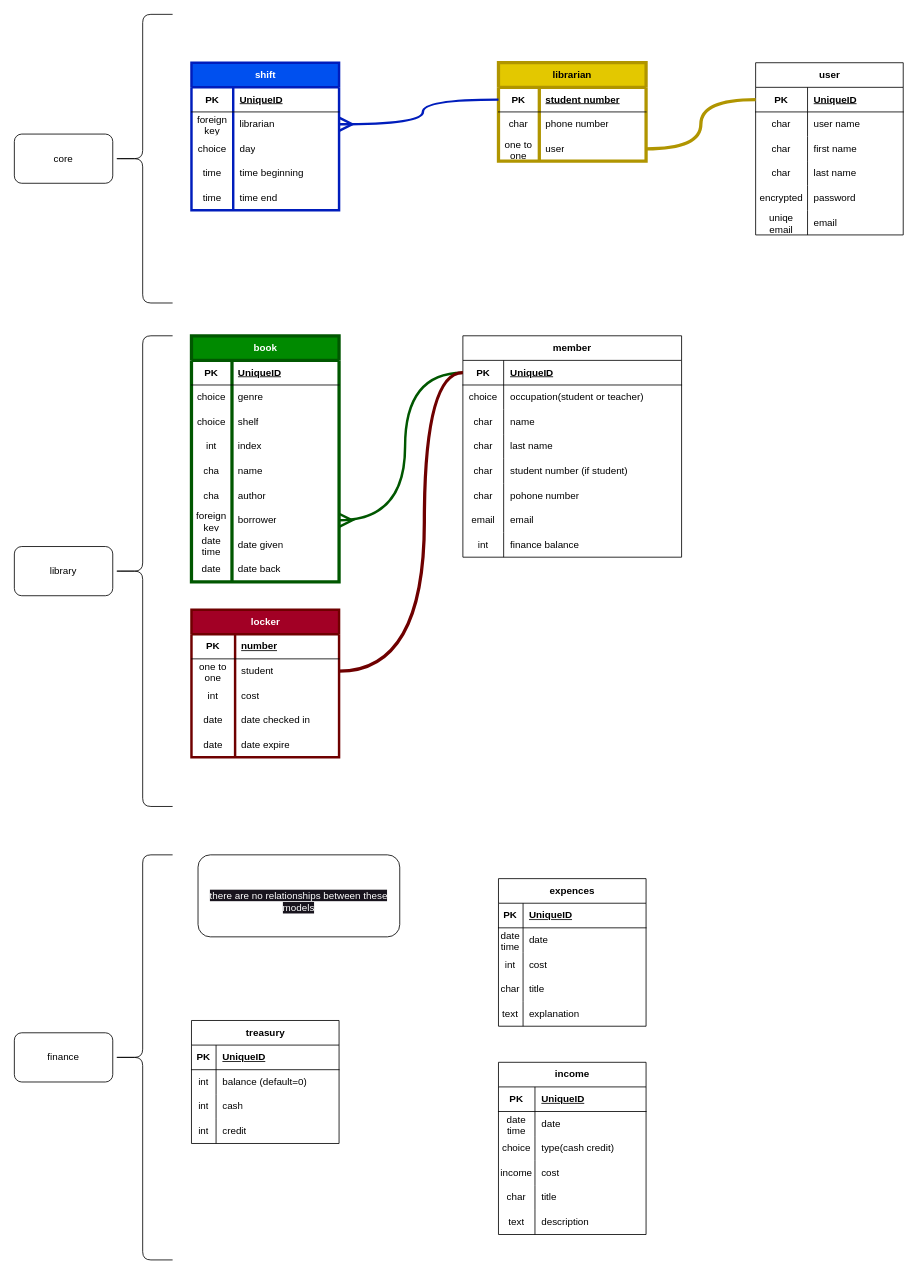
This is library.drawio from Karen-Najafzadeh/physlib-library-manager, a draw.io file, before an edit. Source tidied: cells renumbered, new cells numbered last; positions are measured from the earlier drawing's top-left corner, leaving out a move shared by most shapes. Both pictures are drawn from the tidied source at 82%, with x=0, y=0 at pixel (14, 14).
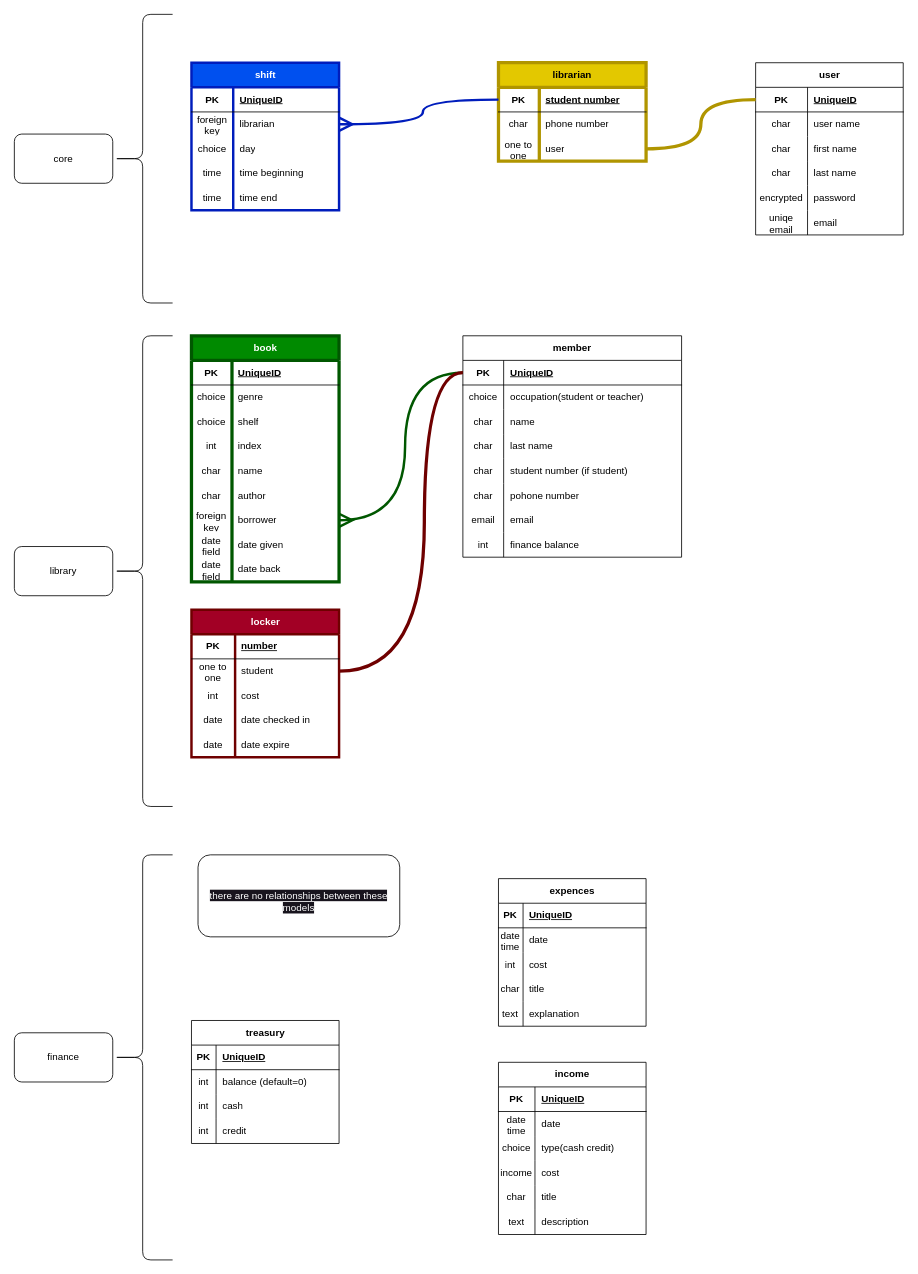
The same diagram, later.

The change refers to these unchanged cells:
```xml
<mxCell id="15" style="shape=tableRow;horizontal=0;startSize=0;swimlaneHead=0;swimlaneBody=0;fillColor=none;top=0;left=0;right=0;bottom=0;" parent="2" vertex="1">
  <mxGeometry y="150" width="180" height="30" as="geometry" />
</mxCell>
<mxCell id="18" style="shape=tableRow;horizontal=0;startSize=0;swimlaneHead=0;swimlaneBody=0;fillColor=none;top=0;left=0;right=0;bottom=0;" parent="2" vertex="1">
  <mxGeometry y="180" width="180" height="30" as="geometry" />
</mxCell>
<mxCell id="24" style="shape=tableRow;horizontal=0;startSize=0;swimlaneHead=0;swimlaneBody=0;fillColor=none;top=0;left=0;right=0;bottom=0;" parent="2" vertex="1">
  <mxGeometry y="240" width="180" height="30" as="geometry" />
</mxCell>
<mxCell id="27" style="shape=tableRow;horizontal=0;startSize=0;swimlaneHead=0;swimlaneBody=0;fillColor=none;top=0;left=0;right=0;bottom=0;" parent="2" vertex="1">
  <mxGeometry y="270" width="180" height="30" as="geometry" />
</mxCell>
```

The edit, as a diff of the source:
```diff
@@
-    <mxCell id="16" value="cha" style="shape=partialRectangle;fillColor=none;top=0;left=0;bottom=0;right=0;overflow=hidden;whiteSpace=wrap;html=1;" parent="15" vertex="1">
+    <mxCell id="16" value="char" style="shape=partialRectangle;fillColor=none;top=0;left=0;bottom=0;right=0;overflow=hidden;whiteSpace=wrap;html=1;" parent="15" vertex="1">
       <mxGeometry width="49.4" height="30" as="geometry" />
     </mxCell>
@@
-    <mxCell id="19" value="cha" style="shape=partialRectangle;fillColor=none;top=0;left=0;bottom=0;right=0;overflow=hidden;whiteSpace=wrap;html=1;" parent="18" vertex="1">
+    <mxCell id="19" value="char" style="shape=partialRectangle;fillColor=none;top=0;left=0;bottom=0;right=0;overflow=hidden;whiteSpace=wrap;html=1;" parent="18" vertex="1">
       <mxGeometry width="49.4" height="30" as="geometry" />
     </mxCell>
@@
-    <mxCell id="25" value="date time" style="shape=partialRectangle;fillColor=none;top=0;left=0;bottom=0;right=0;overflow=hidden;whiteSpace=wrap;html=1;" parent="24" vertex="1">
+    <mxCell id="25" value="date field" style="shape=partialRectangle;fillColor=none;top=0;left=0;bottom=0;right=0;overflow=hidden;whiteSpace=wrap;html=1;" parent="24" vertex="1">
       <mxGeometry width="49.4" height="30" as="geometry" />
     </mxCell>
@@
-    <mxCell id="28" value="date" style="shape=partialRectangle;fillColor=none;top=0;left=0;bottom=0;right=0;overflow=hidden;whiteSpace=wrap;html=1;" parent="27" vertex="1">
+    <mxCell id="28" value="date field" style="shape=partialRectangle;fillColor=none;top=0;left=0;bottom=0;right=0;overflow=hidden;whiteSpace=wrap;html=1;" parent="27" vertex="1">
       <mxGeometry width="49.4" height="30" as="geometry" />
     </mxCell>
```
